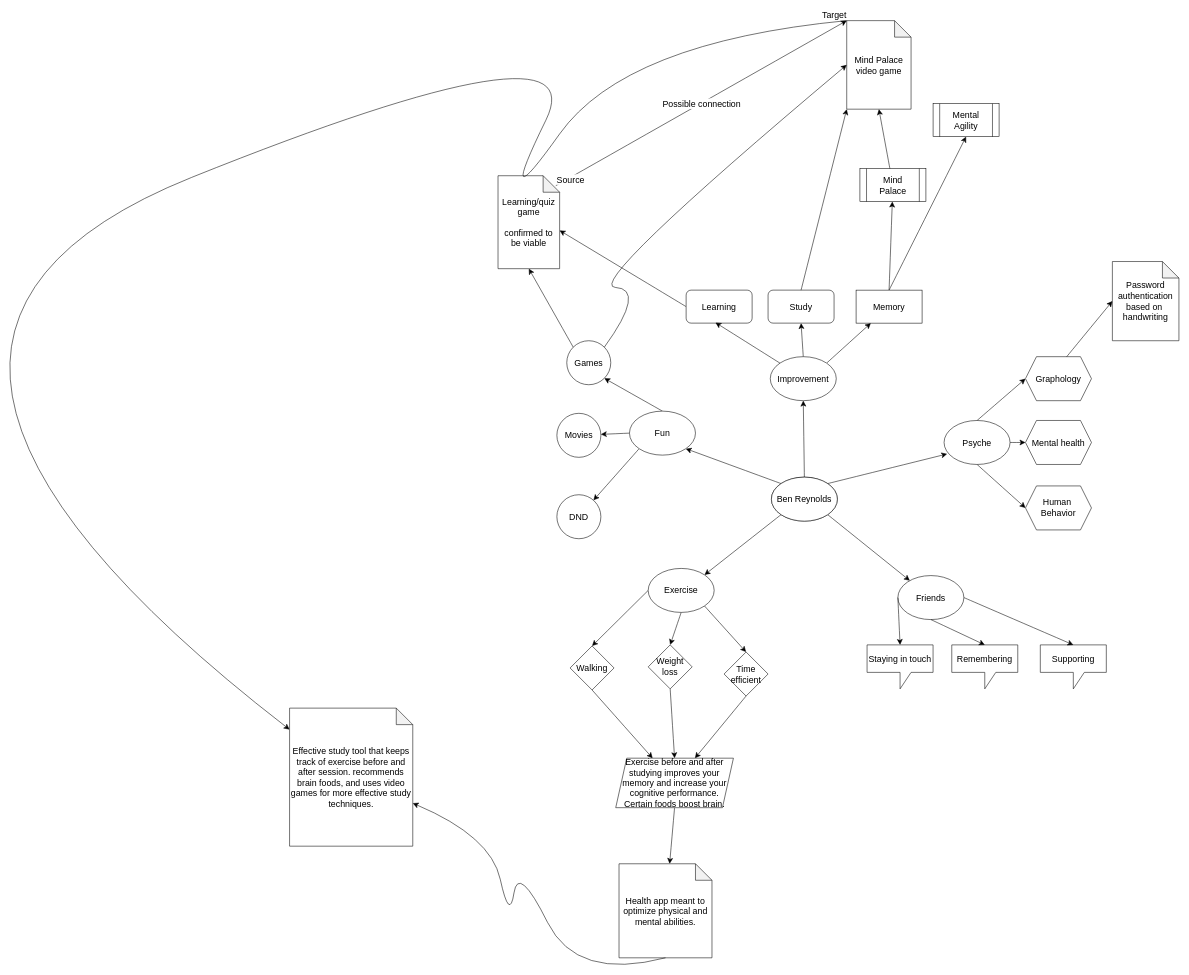
Before: Capstone.drawio in BenGRey5/Capstone, a draw.io diagram. Source tidied: cells renumbered, new cells numbered last; positions are measured from the earlier drawing's top-left corner, leaving out a move shared by most shapes. Both pictures are drawn from the tidied source at 55%, with x=0, y=0 at pixel (-215, 14).
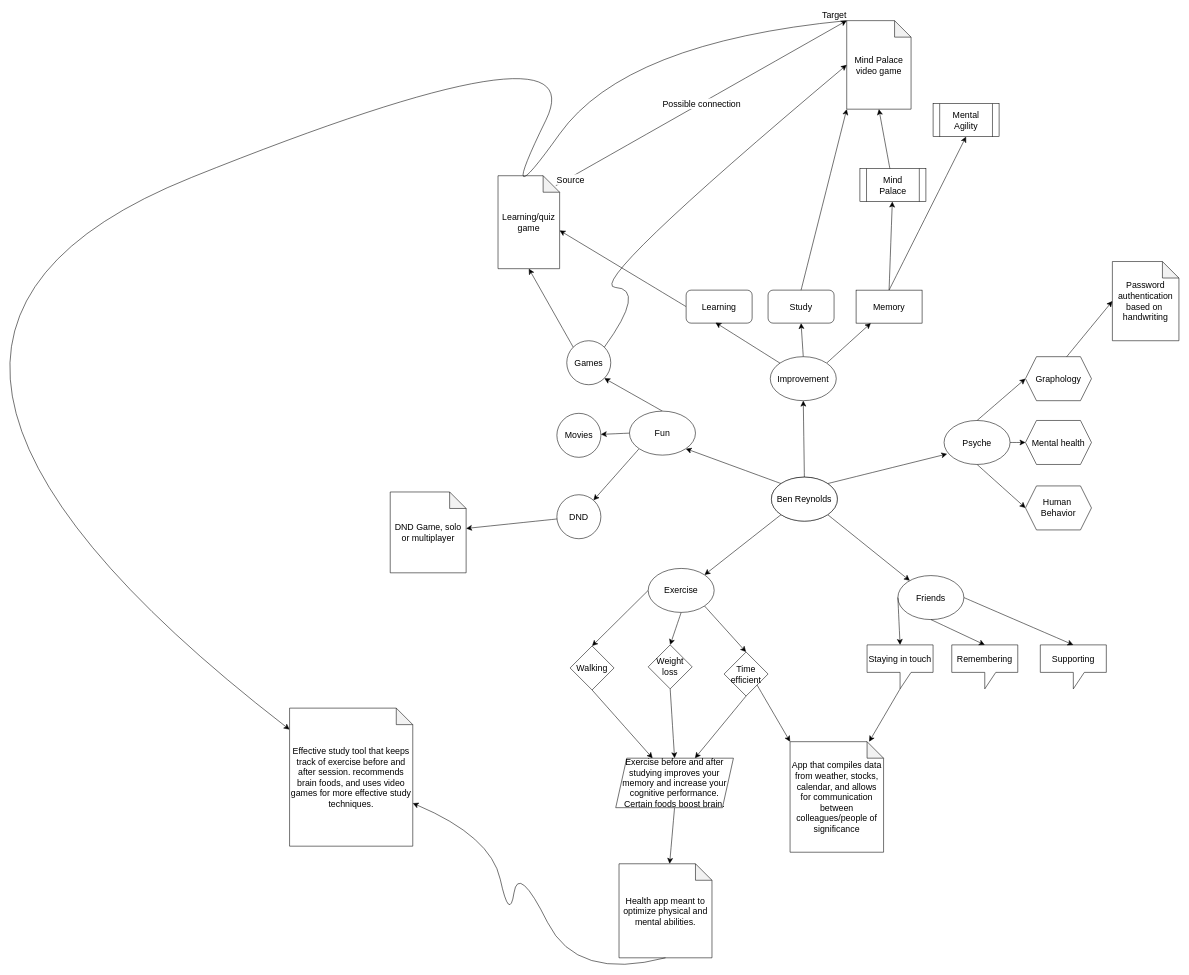
The same page after the edit.

The change refers to these unchanged cells:
```xml
<mxCell id="35" value="DND" style="ellipse;whiteSpace=wrap;html=1;fontSize=16;" parent="1" vertex="1">
  <mxGeometry x="1402" y="873" width="80" height="80" as="geometry" />
</mxCell>
<mxCell id="41" value="Time&lt;br&gt;efficient" style="rhombus;whiteSpace=wrap;html=1;fontSize=16;" parent="1" vertex="1">
  <mxGeometry x="1706" y="1159" width="80" height="80" as="geometry" />
</mxCell>
<mxCell id="42" value="Staying in touch" style="shape=callout;whiteSpace=wrap;html=1;perimeter=calloutPerimeter;fontSize=16;" parent="1" vertex="1">
  <mxGeometry x="1966" y="1146" width="120" height="80" as="geometry" />
</mxCell>
```

Change to the diagram source:
```diff
@@
+    <mxCell id="70" style="edgeStyle=none;curved=1;rounded=0;jettySize=auto;html=1;fontSize=12;startSize=8;endSize=8;" parent="1" edge="1" source="35" target="74">
+      <mxGeometry relative="1" as="geometry" />
+    </mxCell>
@@
+    <mxCell id="71" style="edgeStyle=none;curved=1;rounded=0;jettySize=auto;html=1;exitX=0;exitY=0;exitDx=60.00000000000001;exitDy=80;exitPerimeter=0;fontSize=12;startSize=8;endSize=8;" parent="1" edge="1" source="42" target="72">
+      <mxGeometry relative="1" as="geometry" />
+    </mxCell>
@@
-    <mxCell id="53" value="Learning/quiz&lt;br&gt;game&lt;br&gt;&lt;br&gt;confirmed to be viable" style="shape=note;whiteSpace=wrap;html=1;backgroundOutline=1;darkOpacity=0.05;fontSize=16;" parent="1" vertex="1">
+    <mxCell id="53" value="Learning/quiz&lt;br&gt;game" style="shape=note;whiteSpace=wrap;html=1;backgroundOutline=1;darkOpacity=0.05;fontSize=16;" parent="1" vertex="1">
       <mxGeometry x="1295" y="293" width="112" height="169" as="geometry" />
     </mxCell>
@@
+    <mxCell id="72" value="App that compiles data from weather, stocks, calendar, and allows for communication between colleagues/people of significance" style="shape=note;whiteSpace=wrap;html=1;backgroundOutline=1;darkOpacity=0.05;fontSize=16;" parent="1" vertex="1">
+      <mxGeometry x="1826" y="1322" width="170" height="201" as="geometry" />
+    </mxCell>
+    <mxCell id="73" style="edgeStyle=none;curved=1;rounded=0;jettySize=auto;html=1;exitX=1;exitY=1;exitDx=0;exitDy=0;entryX=0;entryY=0;entryDx=0;entryDy=0;entryPerimeter=0;fontSize=12;startSize=8;endSize=8;" parent="1" edge="1" source="41" target="72">
+      <mxGeometry relative="1" as="geometry" />
+    </mxCell>
+    <mxCell id="74" value="DND Game, solo or multiplayer" style="shape=note;whiteSpace=wrap;html=1;backgroundOutline=1;darkOpacity=0.05;fontSize=16;" parent="1" vertex="1">
+      <mxGeometry x="1099" y="868" width="138" height="147" as="geometry" />
+    </mxCell>
```
